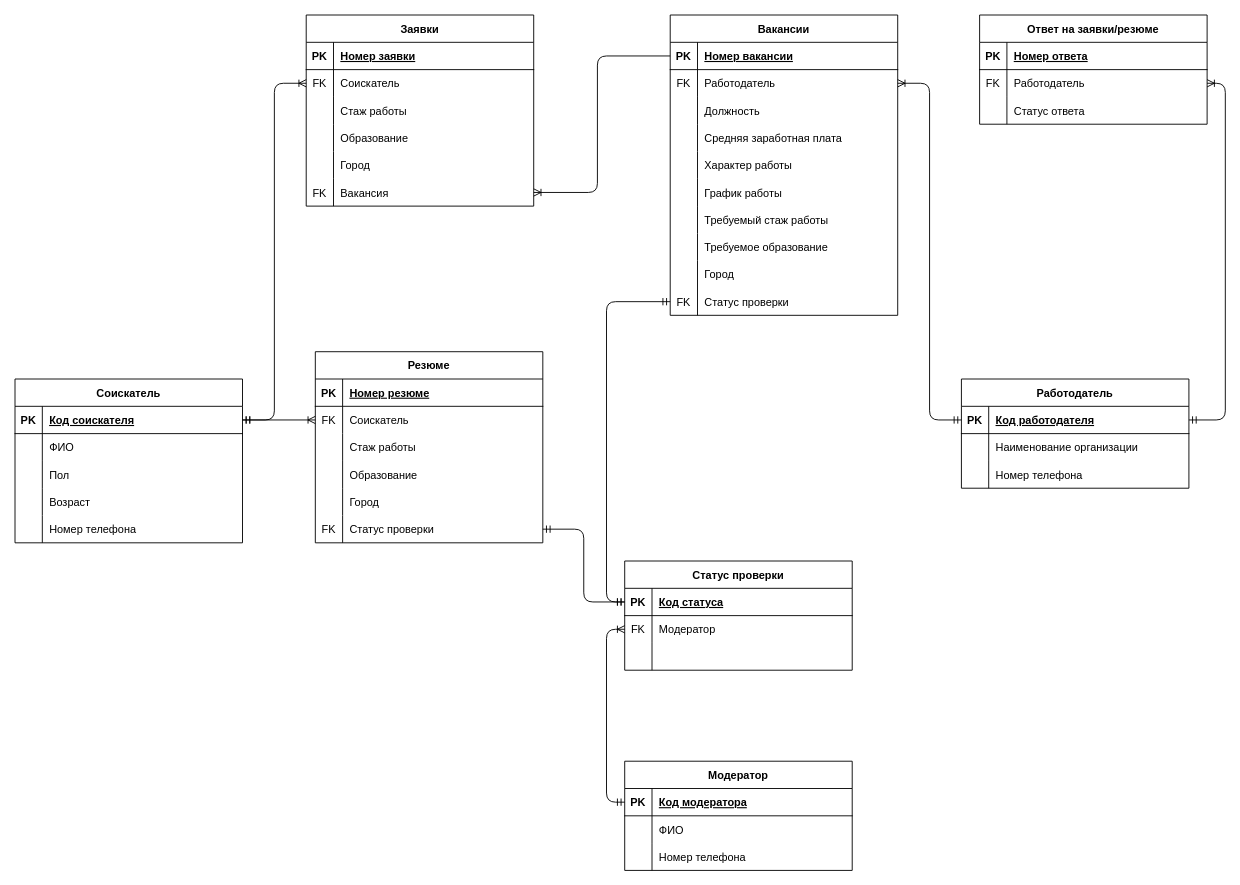
FullOfDelirium/Employment-agency keeps this draw.io diagram as Diagrams/Entity Relationship Diagram.drawio. Above is the earlier version. Source tidied: cells renumbered, new cells numbered last; positions are measured from the earlier drawing's top-left corner, leaving out a move shared by most shapes. Both pictures are drawn from the tidied source at 91%, with x=0, y=0 at pixel (15, 15).
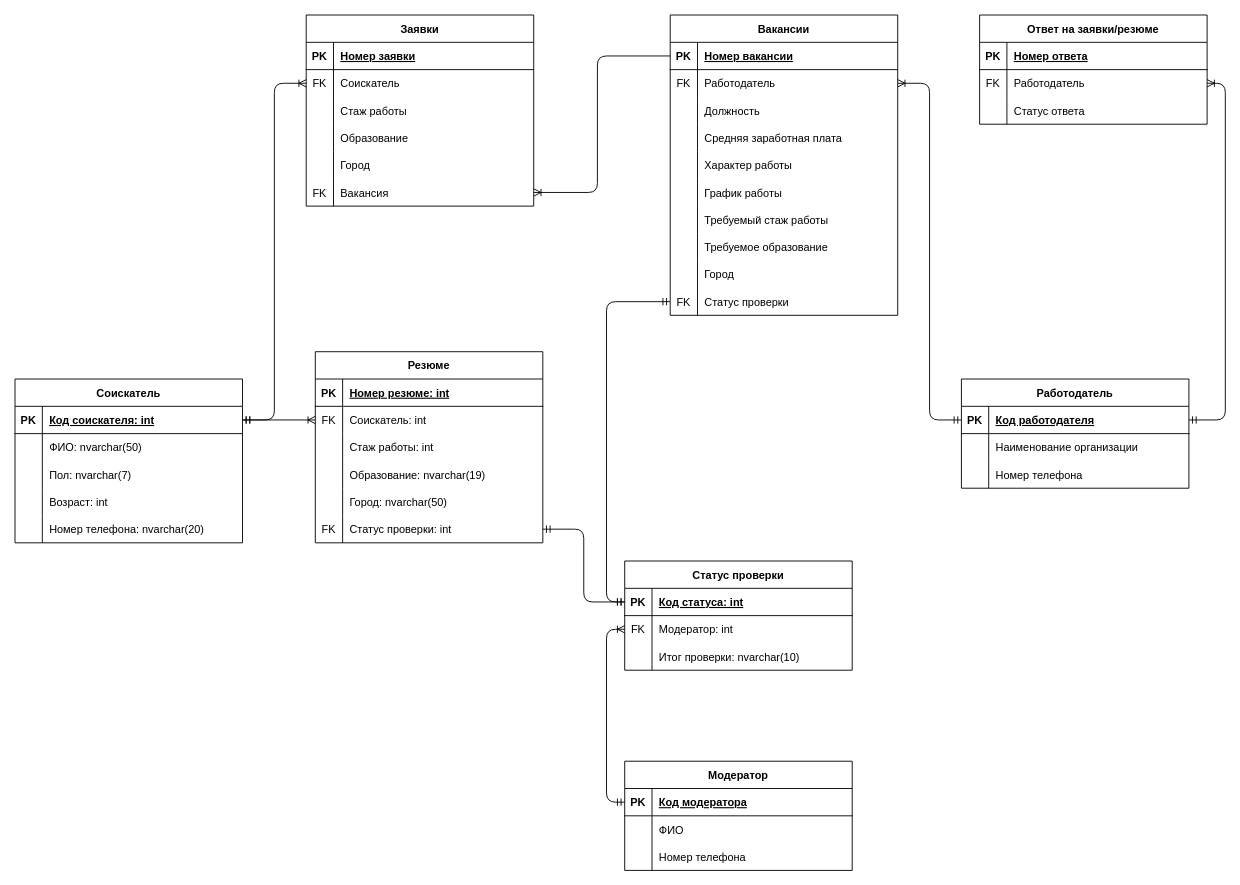
After the change.

Unchanged cells that the change refers to:
```xml
<mxCell id="3" style="shape=partialRectangle;fillColor=none;top=0;left=0;right=0;bottom=1;" parent="2" vertex="1">
  <mxGeometry y="30" width="250" height="30" as="geometry" />
</mxCell>
<mxCell id="6" style="shape=partialRectangle;fillColor=none;points=[[0,0.5],[1,0.5]];portConstraint=eastwest;top=0;left=0;right=0;bottom=0;" parent="2" vertex="1">
  <mxGeometry y="60" width="250" height="30" as="geometry" />
</mxCell>
<mxCell id="9" style="shape=partialRectangle;fillColor=none;top=0;left=0;right=0;bottom=0;" parent="2" vertex="1">
  <mxGeometry y="90" width="250" height="30" as="geometry" />
</mxCell>
<mxCell id="12" style="shape=partialRectangle;fillColor=none;top=0;left=0;right=0;bottom=0;" parent="2" vertex="1">
  <mxGeometry y="120" width="250" height="30" as="geometry" />
</mxCell>
<mxCell id="15" style="shape=partialRectangle;fillColor=none;top=0;left=0;right=0;bottom=0;" parent="2" vertex="1">
  <mxGeometry y="150" width="250" height="30" as="geometry" />
</mxCell>
<mxCell id="18" style="shape=partialRectangle;fillColor=none;points=[[0,0.5],[1,0.5]];portConstraint=eastwest;top=0;left=0;right=0;bottom=0;" parent="2" vertex="1">
  <mxGeometry y="180" width="250" height="30" as="geometry" />
</mxCell>
<mxCell id="72" style="shape=partialRectangle;fillColor=none;points=[[0,0.5],[1,0.5]];portConstraint=eastwest;top=0;left=0;right=0;bottom=1;" parent="71" vertex="1">
  <mxGeometry y="30" width="250" height="30" as="geometry" />
</mxCell>
<mxCell id="75" style="shape=partialRectangle;fillColor=none;top=0;left=0;right=0;bottom=0;" parent="71" vertex="1">
  <mxGeometry y="60" width="250" height="30" as="geometry" />
</mxCell>
<mxCell id="78" style="shape=partialRectangle;fillColor=none;top=0;left=0;right=0;bottom=0;strokeColor=default;fontColor=default;" parent="71" vertex="1">
  <mxGeometry y="90" width="250" height="30" as="geometry" />
</mxCell>
<mxCell id="81" style="shape=partialRectangle;fillColor=none;top=0;left=0;right=0;bottom=0;strokeColor=default;fontColor=default;" parent="71" vertex="1">
  <mxGeometry y="120" width="250" height="30" as="geometry" />
</mxCell>
<mxCell id="84" style="shape=partialRectangle;fillColor=none;top=0;left=0;right=0;bottom=0;strokeColor=default;fontColor=default;" parent="71" vertex="1">
  <mxGeometry y="150" width="250" height="30" as="geometry" />
</mxCell>
<mxCell id="123" style="shape=partialRectangle;fillColor=none;points=[[0,0.5],[1,0.5]];portConstraint=eastwest;top=0;left=0;right=0;bottom=1;" parent="122" vertex="1">
  <mxGeometry y="30" width="250" height="30" as="geometry" />
</mxCell>
<mxCell id="126" style="shape=partialRectangle;fillColor=none;points=[[0,0.5],[1,0.5]];portConstraint=eastwest;top=0;left=0;right=0;bottom=0;strokeColor=default;fontColor=default;" parent="122" vertex="1">
  <mxGeometry y="60" width="250" height="30" as="geometry" />
</mxCell>
<mxCell id="129" style="shape=partialRectangle;fillColor=none;top=0;left=0;right=0;bottom=0;" parent="122" vertex="1">
  <mxGeometry y="90" width="250" height="30" as="geometry" />
</mxCell>
```

The edit, as a diff of the source:
```diff
@@
-    <mxCell id="5" value="Номер резюме" style="shape=partialRectangle;overflow=hidden;fillColor=none;top=0;left=0;bottom=0;right=0;align=left;spacingLeft=6;fontStyle=5;fontColor=default;" parent="3" vertex="1">
+    <mxCell id="5" value="Номер резюме: int" style="shape=partialRectangle;overflow=hidden;fillColor=none;top=0;left=0;bottom=0;right=0;align=left;spacingLeft=6;fontStyle=5;fontColor=default;" parent="3" vertex="1">
       <mxGeometry x="30" width="220" height="30" as="geometry" />
     </mxCell>
@@
-    <mxCell id="8" value="Соискатель" style="shape=partialRectangle;overflow=hidden;fillColor=none;top=0;left=0;bottom=0;right=0;align=left;spacingLeft=6;" parent="6" vertex="1">
+    <mxCell id="8" value="Соискатель: int" style="shape=partialRectangle;overflow=hidden;fillColor=none;top=0;left=0;bottom=0;right=0;align=left;spacingLeft=6;" parent="6" vertex="1">
       <mxGeometry x="30" width="220" height="30" as="geometry" />
     </mxCell>
@@
-    <mxCell id="11" value="Стаж работы" style="shape=partialRectangle;overflow=hidden;fillColor=none;top=0;left=0;bottom=0;right=0;align=left;spacingLeft=6;" parent="9" vertex="1">
+    <mxCell id="11" value="Стаж работы: int" style="shape=partialRectangle;overflow=hidden;fillColor=none;top=0;left=0;bottom=0;right=0;align=left;spacingLeft=6;" parent="9" vertex="1">
       <mxGeometry x="30" width="220" height="30" as="geometry" />
     </mxCell>
@@
-    <mxCell id="14" value="Образование" style="shape=partialRectangle;overflow=hidden;fillColor=none;top=0;left=0;bottom=0;right=0;align=left;spacingLeft=6;" parent="12" vertex="1">
+    <mxCell id="14" value="Образование: nvarchar(19)" style="shape=partialRectangle;overflow=hidden;fillColor=none;top=0;left=0;bottom=0;right=0;align=left;spacingLeft=6;" parent="12" vertex="1">
       <mxGeometry x="30" width="220" height="30" as="geometry" />
     </mxCell>
@@
-    <mxCell id="17" value="Город" style="shape=partialRectangle;overflow=hidden;fillColor=none;top=0;left=0;bottom=0;right=0;align=left;spacingLeft=6;" parent="15" vertex="1">
+    <mxCell id="17" value="Город: nvarchar(50)" style="shape=partialRectangle;overflow=hidden;fillColor=none;top=0;left=0;bottom=0;right=0;align=left;spacingLeft=6;" parent="15" vertex="1">
       <mxGeometry x="30" width="220" height="30" as="geometry" />
     </mxCell>
@@
-    <mxCell id="20" value="Статус проверки" style="shape=partialRectangle;overflow=hidden;fillColor=none;top=0;left=0;bottom=0;right=0;align=left;spacingLeft=6;" parent="18" vertex="1">
+    <mxCell id="20" value="Статус проверки: int" style="shape=partialRectangle;overflow=hidden;fillColor=none;top=0;left=0;bottom=0;right=0;align=left;spacingLeft=6;" parent="18" vertex="1">
       <mxGeometry x="30" width="220" height="30" as="geometry" />
     </mxCell>
@@
-    <mxCell id="74" value="Код соискателя" style="shape=partialRectangle;overflow=hidden;fillColor=none;top=0;left=0;bottom=0;right=0;align=left;spacingLeft=6;fontStyle=5;fontColor=default;" parent="72" vertex="1">
+    <mxCell id="74" value="Код соискателя: int" style="shape=partialRectangle;overflow=hidden;fillColor=none;top=0;left=0;bottom=0;right=0;align=left;spacingLeft=6;fontStyle=5;fontColor=default;" parent="72" vertex="1">
       <mxGeometry x="30" width="220" height="30" as="geometry" />
     </mxCell>
@@
-    <mxCell id="77" value="ФИО" style="shape=partialRectangle;overflow=hidden;fillColor=none;top=0;left=0;bottom=0;right=0;align=left;spacingLeft=6;" parent="75" vertex="1">
+    <mxCell id="77" value="ФИО: nvarchar(50)" style="shape=partialRectangle;overflow=hidden;fillColor=none;top=0;left=0;bottom=0;right=0;align=left;spacingLeft=6;" parent="75" vertex="1">
       <mxGeometry x="30" width="220" height="30" as="geometry" />
     </mxCell>
@@
-    <mxCell id="80" value="Пол" style="shape=partialRectangle;overflow=hidden;fillColor=none;top=0;left=0;bottom=0;right=0;align=left;spacingLeft=6;" parent="78" vertex="1">
+    <mxCell id="80" value="Пол: nvarchar(7)" style="shape=partialRectangle;overflow=hidden;fillColor=none;top=0;left=0;bottom=0;right=0;align=left;spacingLeft=6;" parent="78" vertex="1">
       <mxGeometry x="30" width="220" height="30" as="geometry" />
     </mxCell>
@@
-    <mxCell id="83" value="Возраст" style="shape=partialRectangle;overflow=hidden;fillColor=none;top=0;left=0;bottom=0;right=0;align=left;spacingLeft=6;fontColor=default;" parent="81" vertex="1">
+    <mxCell id="83" value="Возраст: int" style="shape=partialRectangle;overflow=hidden;fillColor=none;top=0;left=0;bottom=0;right=0;align=left;spacingLeft=6;fontColor=default;" parent="81" vertex="1">
       <mxGeometry x="30" width="220" height="30" as="geometry" />
     </mxCell>
@@
-    <mxCell id="86" value="Номер телефона" style="shape=partialRectangle;overflow=hidden;fillColor=none;top=0;left=0;bottom=0;right=0;align=left;spacingLeft=6;fontColor=default;" parent="84" vertex="1">
+    <mxCell id="86" value="Номер телефона: nvarchar(20)" style="shape=partialRectangle;overflow=hidden;fillColor=none;top=0;left=0;bottom=0;right=0;align=left;spacingLeft=6;fontColor=default;" parent="84" vertex="1">
       <mxGeometry x="30" width="220" height="30" as="geometry" />
     </mxCell>
@@
-    <mxCell id="125" value="Код статуса" style="shape=partialRectangle;overflow=hidden;fillColor=none;top=0;left=0;bottom=0;right=0;align=left;spacingLeft=6;fontStyle=5;fontColor=default;" parent="123" vertex="1">
+    <mxCell id="125" value="Код статуса: int" style="shape=partialRectangle;overflow=hidden;fillColor=none;top=0;left=0;bottom=0;right=0;align=left;spacingLeft=6;fontStyle=5;fontColor=default;" parent="123" vertex="1">
       <mxGeometry x="30" width="220" height="30" as="geometry" />
     </mxCell>
@@
-    <mxCell id="128" value="Модератор" style="shape=partialRectangle;overflow=hidden;fillColor=none;top=0;left=0;bottom=0;right=0;align=left;spacingLeft=6;fontColor=default;" parent="126" vertex="1">
+    <mxCell id="128" value="Модератор: int" style="shape=partialRectangle;overflow=hidden;fillColor=none;top=0;left=0;bottom=0;right=0;align=left;spacingLeft=6;fontColor=default;" parent="126" vertex="1">
       <mxGeometry x="30" width="220" height="30" as="geometry" />
     </mxCell>
@@
-    <mxCell id="131" style="shape=partialRectangle;overflow=hidden;fillColor=none;top=0;left=0;bottom=0;right=0;align=left;spacingLeft=6;fontColor=default;" parent="129" vertex="1">
+    <mxCell id="131" value="Итог проверки: nvarchar(10)" style="shape=partialRectangle;overflow=hidden;fillColor=none;top=0;left=0;bottom=0;right=0;align=left;spacingLeft=6;fontColor=default;" parent="129" vertex="1">
       <mxGeometry x="30" width="220" height="30" as="geometry" />
     </mxCell>
```
